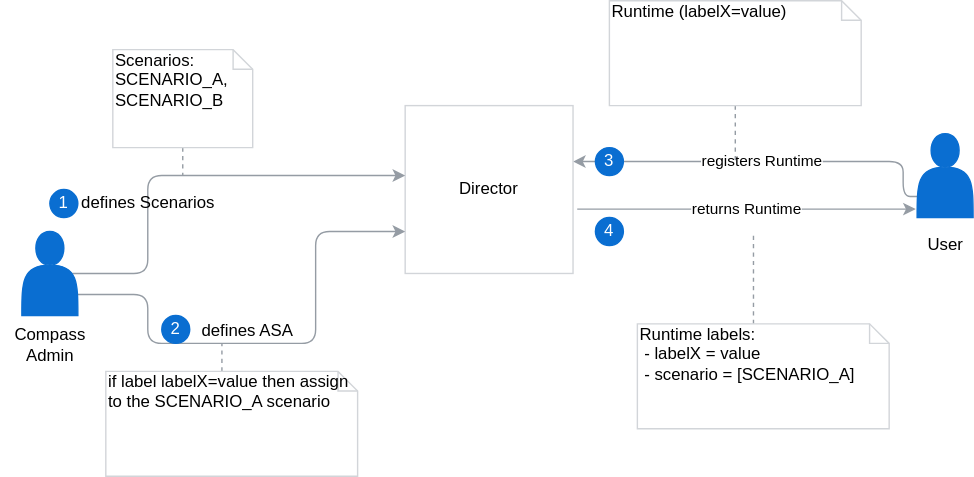
kyma-incubator/compass keeps this draw.io diagram as docs/compass/assets/automatic-scenario-assign.svg. Above is the earlier version. Source tidied: cells renumbered, new cells last; positions are measured from the earlier drawing's top-left corner, leaving out a move shared by most shapes.
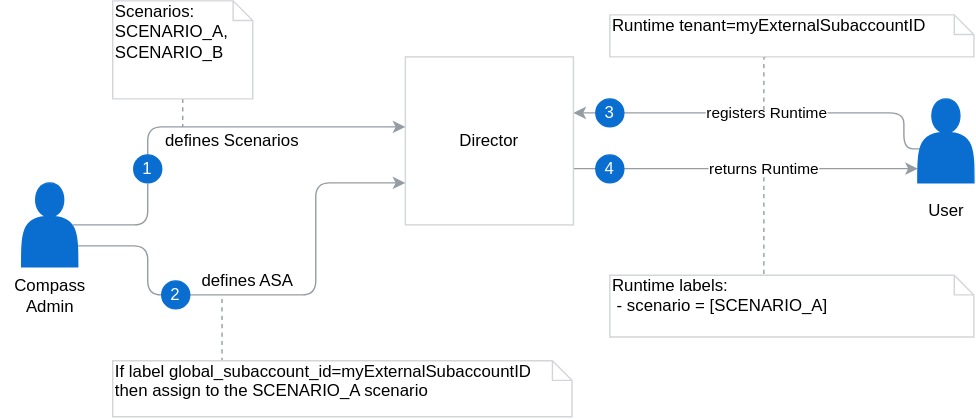
The same file after the commit.

Commit message:
Automatic Scenario Assignments documentation updates (#2253)

* Update ASA documentation

* Address comments

* Diagram adjustment

* Update the flow for already existing runtime

* Small clarification

* Update 03-03-automatic-scenario-assignment.md

review readme text

What changed in the source:
```diff
@@ -2,33 +2,32 @@
   <root>
     <mxCell id="0" />
     <mxCell id="1" parent="0" />
-    <mxCell id="2" value="registers Runtime" style="edgeStyle=orthogonalEdgeStyle;rounded=1;jettySize=auto;html=1;strokeColor=#959CA4;exitX=0;exitY=0.75;exitDx=0;exitDy=0;" parent="1" edge="1" source="15" target="4">
+    <mxCell id="2" value="registers Runtime" style="edgeStyle=orthogonalEdgeStyle;rounded=1;jettySize=auto;html=1;strokeColor=#959CA4;exitX=0.07;exitY=0.595;exitDx=0;exitDy=0;exitPerimeter=0;" parent="1" edge="1" source="15" target="4">
       <mxGeometry relative="1" as="geometry">
         <Array as="points">
-          <mxPoint x="645" y="140" />
+          <mxPoint x="645" y="141" />
           <mxPoint x="645" y="115" />
         </Array>
       </mxGeometry>
     </mxCell>
-    <mxCell id="3" value="returns Runtime" style="edgeStyle=orthogonalEdgeStyle;rounded=1;jettySize=auto;html=1;startArrow=none;startFill=0;endArrow=classic;endFill=1;strokeColor=#959CA4;entryX=-0.025;entryY=0.9;entryDx=0;entryDy=0;entryPerimeter=0;" parent="1" edge="1" target="15">
-      <mxGeometry relative="1" as="geometry">
-        <mxPoint x="412" y="149" as="sourcePoint" />
+    <mxCell id="3" value="returns Runtime" style="edgeStyle=orthogonalEdgeStyle;rounded=1;jettySize=auto;html=1;startArrow=none;startFill=0;endArrow=classic;endFill=1;strokeColor=#959CA4;exitX=1.001;exitY=0.665;exitDx=0;exitDy=0;exitPerimeter=0;" parent="1" edge="1" source="4" target="15">
+      <mxGeometry x="0.11" relative="1" as="geometry">
+        <Array as="points">
+          <mxPoint x="645" y="155" />
+          <mxPoint x="645" y="155" />
+        </Array>
       </mxGeometry>
     </mxCell>
     <mxCell id="4" value="Director" style="whiteSpace=wrap;html=1;strokeColor=#D2D5D9;" parent="1" vertex="1">
       <mxGeometry x="289" y="75" width="120" height="120" as="geometry" />
     </mxCell>
-    <mxCell id="5" style="edgeStyle=orthogonalEdgeStyle;rounded=1;jettySize=auto;html=1;exitX=0.9;exitY=0.5;exitDx=0;exitDy=0;exitPerimeter=0;strokeColor=#959CA4;" parent="1" edge="1" source="16" target="4">
+    <mxCell id="5" style="edgeStyle=orthogonalEdgeStyle;rounded=1;jettySize=auto;html=1;exitX=0.9;exitY=0.5;exitDx=0;exitDy=0;exitPerimeter=0;strokeColor=#959CA4;startArrow=none;" parent="1" edge="1" source="17" target="4">
       <mxGeometry relative="1" as="geometry">
         <Array as="points">
-          <mxPoint x="105" y="195" />
           <mxPoint x="105" y="125" />
         </Array>
       </mxGeometry>
     </mxCell>
-    <mxCell id="6" value="defines Scenarios" style="text;html=1;align=center;verticalAlign=middle;" parent="5" vertex="1">
-      <mxGeometry x="-0.32" y="1" relative="1" as="geometry" />
-    </mxCell>
     <mxCell id="7" style="edgeStyle=orthogonalEdgeStyle;rounded=1;jettySize=auto;html=1;exitX=1;exitY=0.75;exitDx=0;exitDy=0;entryX=0;entryY=0.75;entryDx=0;entryDy=0;strokeColor=#959CA4;" parent="1" edge="1" source="16" target="4">
       <mxGeometry relative="1" as="geometry">
         <Array as="points">
@@ -52,33 +51,30 @@
     <mxCell id="10" value="Scenarios: SCENARIO_A,&lt;br&gt;SCENARIO_B" style="shape=note;whiteSpace=wrap;html=1;size=14;verticalAlign=top;align=left;spacingTop=-6;strokeColor=#D2D5D9;" parent="1" vertex="1">
       <mxGeometry x="80" y="35" width="100" height="70" as="geometry" />
     </mxCell>
-    <mxCell id="11" style="edgeStyle=orthogonalEdgeStyle;rounded=0;jettySize=auto;html=1;exitX=0;exitY=0;exitDx=83;exitDy=0;exitPerimeter=0;dashed=1;startArrow=none;startFill=0;endArrow=none;endFill=0;strokeColor=#959CA4;" parent="1" edge="1" source="12">
+    <mxCell id="11" style="edgeStyle=orthogonalEdgeStyle;rounded=0;jettySize=auto;html=1;exitX=0.238;exitY=0.021;exitDx=0;exitDy=0;exitPerimeter=0;dashed=1;startArrow=none;startFill=0;endArrow=none;endFill=0;strokeColor=#959CA4;" parent="1" edge="1" source="12">
       <mxGeometry relative="1" as="geometry">
         <mxPoint x="158" y="245" as="targetPoint" />
       </mxGeometry>
     </mxCell>
-    <mxCell id="12" value="if label labelX=value then assign to the SCENARIO_A scenario" style="shape=note;whiteSpace=wrap;html=1;size=14;verticalAlign=top;align=left;spacingTop=-6;strokeColor=#D2D5D9;" parent="1" vertex="1">
-      <mxGeometry x="75" y="265" width="180" height="75" as="geometry" />
+    <mxCell id="12" value="If label global_subaccount_id=myExternalSubaccountID&lt;br&gt;then assign to the SCENARIO_A scenario" style="shape=note;whiteSpace=wrap;html=1;size=14;verticalAlign=top;align=left;spacingTop=-6;strokeColor=#D2D5D9;" parent="1" vertex="1">
+      <mxGeometry x="80" y="292" width="328" height="40" as="geometry" />
     </mxCell>
-    <mxCell id="13" style="edgeStyle=orthogonalEdgeStyle;rounded=0;jettySize=auto;html=1;dashed=1;startArrow=none;startFill=0;endArrow=none;endFill=0;strokeColor=#959CA4;" parent="1" edge="1" source="14">
+    <mxCell id="13" style="edgeStyle=orthogonalEdgeStyle;rounded=0;jettySize=auto;html=1;dashed=1;startArrow=none;startFill=0;endArrow=none;endFill=0;strokeColor=#959CA4;exitX=0.428;exitY=1.011;exitDx=0;exitDy=0;exitPerimeter=0;" parent="1" edge="1" source="14">
       <mxGeometry relative="1" as="geometry">
-        <mxPoint x="525" y="115" as="targetPoint" />
+        <mxPoint x="545" y="115" as="targetPoint" />
       </mxGeometry>
     </mxCell>
-    <mxCell id="14" value="Runtime (labelX=value)" style="shape=note;whiteSpace=wrap;html=1;size=14;verticalAlign=top;align=left;spacingTop=-6;strokeColor=#D2D5D9;" parent="1" vertex="1">
-      <mxGeometry x="435" width="180" height="75" as="geometry" />
+    <mxCell id="14" value="Runtime tenant=myExternalSubaccountID" style="shape=note;whiteSpace=wrap;html=1;size=14;verticalAlign=top;align=left;spacingTop=-6;strokeColor=#D2D5D9;" parent="1" vertex="1">
+      <mxGeometry x="435" y="45" width="260" height="30" as="geometry" />
     </mxCell>
     <mxCell id="15" style="shape=actor;whiteSpace=wrap;html=1;fillColor=#0A6ED1;strokeColor=#0A6ED1;" parent="1" vertex="1">
-      <mxGeometry x="655" y="95" width="40" height="60" as="geometry" />
+      <mxGeometry x="655" y="105" width="40" height="60" as="geometry" />
     </mxCell>
     <mxCell id="16" style="shape=actor;whiteSpace=wrap;html=1;fillColor=#0A6ED1;strokeColor=#0A6ED1;" parent="1" vertex="1">
       <mxGeometry x="15" y="165" width="40" height="60" as="geometry" />
     </mxCell>
-    <mxCell id="17" value="&lt;font color=&quot;#ffffff&quot;&gt;1&lt;/font&gt;" style="ellipse;whiteSpace=wrap;html=1;strokeColor=#0A6ED1;fillColor=#0A6ED1;" parent="1" vertex="1">
-      <mxGeometry x="35" y="135" width="20" height="20" as="geometry" />
-    </mxCell>
     <mxCell id="18" value="&lt;font color=&quot;#ffffff&quot;&gt;2&lt;/font&gt;" style="ellipse;whiteSpace=wrap;html=1;strokeColor=#0A6ED1;fillColor=#0A6ED1;" parent="1" vertex="1">
-      <mxGeometry x="115" y="225" width="20" height="20" as="geometry" />
+      <mxGeometry x="115" y="235" width="20" height="20" as="geometry" />
     </mxCell>
     <mxCell id="19" value="&lt;font color=&quot;#ffffff&quot;&gt;3&lt;/font&gt;" style="ellipse;whiteSpace=wrap;html=1;strokeColor=#0A6ED1;fillColor=#0A6ED1;" parent="1" vertex="1">
       <mxGeometry x="425" y="105" width="20" height="20" as="geometry" />
@@ -87,18 +83,34 @@
       <mxGeometry y="231" width="70" height="30" as="geometry" />
     </mxCell>
     <mxCell id="21" value="User" style="text;html=1;align=center;verticalAlign=middle;" parent="1" vertex="1">
-      <mxGeometry x="655" y="165" width="40" height="20" as="geometry" />
+      <mxGeometry x="655" y="175" width="40" height="20" as="geometry" />
     </mxCell>
-    <mxCell id="22" style="edgeStyle=orthogonalEdgeStyle;rounded=0;jettySize=auto;html=1;exitX=0;exitY=0;exitDx=83;exitDy=0;exitPerimeter=0;startArrow=none;startFill=0;endArrow=none;endFill=0;strokeColor=#959CA4;dashed=1;" parent="1" edge="1" source="23">
+    <mxCell id="22" style="edgeStyle=orthogonalEdgeStyle;rounded=0;orthogonalLoop=1;jettySize=auto;html=1;startArrow=none;startFill=0;endArrow=none;endFill=0;strokeColor=#959CA4;dashed=1;" parent="1" edge="1">
       <mxGeometry relative="1" as="geometry">
-        <mxPoint x="538" y="165" as="targetPoint" />
+        <mxPoint x="545" y="230" as="sourcePoint" />
+        <mxPoint x="545" y="161" as="targetPoint" />
       </mxGeometry>
     </mxCell>
-    <mxCell id="23" value="Runtime labels:&lt;br&gt;&amp;nbsp;- labelX = value&lt;br&gt;&amp;nbsp;- scenario = [SCENARIO_A]" style="shape=note;whiteSpace=wrap;html=1;size=14;verticalAlign=top;align=left;spacingTop=-6;strokeColor=#D2D5D9;" parent="1" vertex="1">
-      <mxGeometry x="455" y="231" width="180" height="75" as="geometry" />
+    <mxCell id="23" value="Runtime labels:&lt;br&gt;&amp;nbsp;- scenario = [SCENARIO_A]" style="shape=note;whiteSpace=wrap;html=1;size=14;verticalAlign=top;align=left;spacingTop=-6;strokeColor=#D2D5D9;" parent="1" vertex="1">
+      <mxGeometry x="435" y="231" width="260" height="44" as="geometry" />
     </mxCell>
     <mxCell id="24" value="&lt;font color=&quot;#ffffff&quot;&gt;4&lt;/font&gt;" style="ellipse;whiteSpace=wrap;html=1;strokeColor=#0A6ED1;fillColor=#0A6ED1;" parent="1" vertex="1">
-      <mxGeometry x="425" y="155" width="20" height="20" as="geometry" />
+      <mxGeometry x="425" y="145" width="20" height="20" as="geometry" />
     </mxCell>
+    <mxCell id="17" value="&lt;font color=&quot;#ffffff&quot;&gt;1&lt;/font&gt;" style="ellipse;whiteSpace=wrap;html=1;strokeColor=#0A6ED1;fillColor=#0A6ED1;" parent="1" vertex="1">
+      <mxGeometry x="95" y="145" width="20" height="20" as="geometry" />
+    </mxCell>
+    <mxCell id="25" style="edgeStyle=orthogonalEdgeStyle;rounded=1;jettySize=auto;html=1;exitX=0.9;exitY=0.5;exitDx=0;exitDy=0;exitPerimeter=0;strokeColor=#959CA4;endArrow=none;" parent="1" edge="1" source="16" target="17">
+      <mxGeometry relative="1" as="geometry">
+        <Array as="points">
+          <mxPoint x="105" y="195" />
+        </Array>
+      </mxGeometry>
+    </mxCell>
+    <mxCell id="6" value="defines Scenarios" style="text;html=1;align=center;verticalAlign=middle;" parent="25" vertex="1">
+      <mxGeometry x="-0.32" y="1" relative="1" as="geometry">
+        <mxPoint x="85" y="-59" as="offset" />
+      </mxGeometry>
+    </mxCell>
   </root>
 </mxGraphModel>
```
